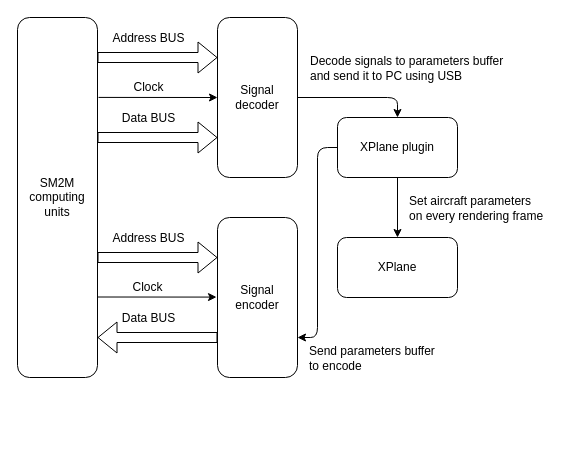
This is sm2xpl/design.drawio from artemkorobko/an26sim, a draw.io file, before an edit. Source tidied: cells renumbered, new cells numbered last; positions are measured from the earlier drawing's top-left corner, leaving out a move shared by most shapes. Both pictures are drawn from the tidied source at 100%, with x=0, y=0 at pixel (17, 17).
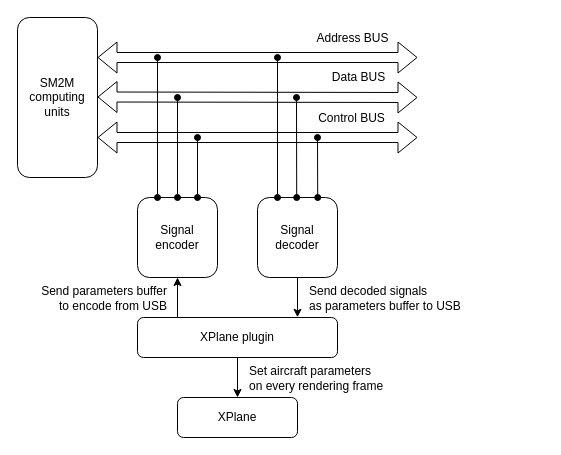
Above is the later version.

Commit message (it also covers changes not shown here):
Update architecture deesign

Unchanged cells that the change refers to:
```xml
<mxCell id="12" style="endArrow=classic;html=1;fontSize=12;exitX=0.5;exitY=1;exitDx=0;exitDy=0;entryX=0.5;entryY=0;entryDx=0;entryDy=0;labelBackgroundColor=none;" parent="1" edge="1" source="8" target="11">
  <mxGeometry relative="1" as="geometry" />
</mxCell>
```

Change to the diagram source:
```diff
@@
     <mxCell id="2" value="SM2M&lt;br&gt;computing&lt;br&gt;units" style="rounded=1;whiteSpace=wrap;html=1;labelBackgroundColor=none;" parent="1" vertex="1">
-      <mxGeometry width="80" height="360" as="geometry" />
+      <mxGeometry width="80" height="160" as="geometry" />
     </mxCell>
     <mxCell id="3" value="Signal decoder" style="rounded=1;whiteSpace=wrap;html=1;labelBackgroundColor=none;" parent="1" vertex="1">
-      <mxGeometry x="200" width="80" height="160" as="geometry" />
+      <mxGeometry x="240" y="180" width="80" height="80" as="geometry" />
     </mxCell>
-    <mxCell id="4" style="shape=flexArrow;endArrow=classic;html=1;labelBackgroundColor=none;" parent="1" edge="1">
+    <mxCell id="4" style="shape=flexArrow;endArrow=classic;html=1;labelBackgroundColor=none;startArrow=block;" parent="1" edge="1">
       <mxGeometry relative="1" as="geometry">
         <mxPoint x="80" y="40" as="sourcePoint" />
-        <mxPoint x="200" y="40" as="targetPoint" />
+        <mxPoint x="400" y="40" as="targetPoint" />
       </mxGeometry>
     </mxCell>
     <mxCell id="5" value="Address BUS" style="edgeLabel;html=1;align=center;verticalAlign=middle;fontSize=12;labelBackgroundColor=none;" parent="4" vertex="1">
       <mxGeometry x="-0.35" y="3" relative="1" as="geometry">
-        <mxPoint x="11" y="-17" as="offset" />
+        <mxPoint x="150" y="-17" as="offset" />
       </mxGeometry>
     </mxCell>
-    <mxCell id="6" style="shape=flexArrow;endArrow=classic;html=1;labelBackgroundColor=none;" parent="1" edge="1">
+    <mxCell id="6" style="shape=flexArrow;endArrow=classic;html=1;labelBackgroundColor=none;startArrow=block;" parent="1" edge="1">
       <mxGeometry relative="1" as="geometry">
         <mxPoint x="80" y="120" as="sourcePoint" />
-        <mxPoint x="200" y="120" as="targetPoint" />
+        <mxPoint x="400" y="120" as="targetPoint" />
       </mxGeometry>
     </mxCell>
-    <mxCell id="7" value="Data BUS" style="edgeLabel;html=1;align=center;verticalAlign=middle;fontSize=12;labelBackgroundColor=none;" parent="6" vertex="1">
+    <mxCell id="7" value="Control BUS" style="edgeLabel;html=1;align=center;verticalAlign=middle;fontSize=12;labelBackgroundColor=none;" parent="6" vertex="1">
       <mxGeometry x="-0.35" y="3" relative="1" as="geometry">
-        <mxPoint x="11" y="-17" as="offset" />
+        <mxPoint x="149" y="-17" as="offset" />
       </mxGeometry>
     </mxCell>
     <mxCell id="8" value="XPlane plugin" style="rounded=1;whiteSpace=wrap;html=1;fontSize=12;labelBackgroundColor=none;" parent="1" vertex="1">
-      <mxGeometry x="320" y="100" width="120" height="60" as="geometry" />
+      <mxGeometry x="120" y="300" width="200" height="40" as="geometry" />
     </mxCell>
-    <mxCell id="9" style="endArrow=classic;html=1;fontSize=12;exitX=1;exitY=0.5;exitDx=0;exitDy=0;entryX=0.5;entryY=0;entryDx=0;entryDy=0;labelBackgroundColor=none;" parent="1" edge="1" source="3" target="8">
-      <mxGeometry relative="1" as="geometry">
-        <Array as="points">
-          <mxPoint x="380" y="80" />
-        </Array>
-      </mxGeometry>
+    <mxCell id="9" style="endArrow=classic;html=1;fontSize=12;exitX=0.5;exitY=1;exitDx=0;exitDy=0;labelBackgroundColor=none;entryX=0.8;entryY=-0.006;entryDx=0;entryDy=0;entryPerimeter=0;" parent="1" edge="1" source="3" target="8">
+      <mxGeometry relative="1" as="geometry" />
     </mxCell>
-    <mxCell id="10" value="Decode signals to parameters buffer&lt;br&gt;and send it to PC using USB" style="edgeLabel;html=1;align=left;verticalAlign=middle;fontSize=12;labelBackgroundColor=none;" parent="9" vertex="1">
+    <mxCell id="10" value="Send decoded signals&lt;br&gt;as parameters buffer to USB" style="edgeLabel;html=1;align=left;verticalAlign=middle;fontSize=12;labelBackgroundColor=none;" parent="9" vertex="1">
       <mxGeometry x="-0.24" y="1" relative="1" as="geometry">
-        <mxPoint x="-35" y="-29" as="offset" />
+        <mxPoint x="9" y="5" as="offset" />
       </mxGeometry>
     </mxCell>
     <mxCell id="11" value="XPlane" style="rounded=1;whiteSpace=wrap;html=1;fontSize=12;labelBackgroundColor=none;" parent="1" vertex="1">
-      <mxGeometry x="320" y="220" width="120" height="60" as="geometry" />
+      <mxGeometry x="160" y="380" width="120" height="40" as="geometry" />
     </mxCell>
@@
     <mxCell id="13" value="Set aircraft parameters&lt;br&gt;on every rendering frame" style="edgeLabel;html=1;align=left;verticalAlign=middle;fontSize=12;labelBackgroundColor=none;" parent="12" vertex="1">
       <mxGeometry x="-0.13" relative="1" as="geometry">
-        <mxPoint x="10" y="4" as="offset" />
+        <mxPoint x="10" y="3" as="offset" />
       </mxGeometry>
     </mxCell>
     <mxCell id="14" value="Signal encoder" style="rounded=1;whiteSpace=wrap;html=1;labelBackgroundColor=none;" parent="1" vertex="1">
-      <mxGeometry x="200" y="200" width="80" height="160" as="geometry" />
+      <mxGeometry x="120" y="180" width="80" height="80" as="geometry" />
     </mxCell>
-    <mxCell id="15" style="shape=flexArrow;endArrow=classic;html=1;labelBackgroundColor=none;" parent="1" edge="1">
-      <mxGeometry relative="1" as="geometry">
-        <mxPoint x="80" y="240" as="sourcePoint" />
-        <mxPoint x="200" y="240" as="targetPoint" />
-      </mxGeometry>
-    </mxCell>
-    <mxCell id="16" value="Address BUS" style="edgeLabel;html=1;align=center;verticalAlign=middle;fontSize=12;labelBackgroundColor=none;" parent="15" vertex="1">
-      <mxGeometry x="-0.35" y="3" relative="1" as="geometry">
-        <mxPoint x="11" y="-17" as="offset" />
-      </mxGeometry>
-    </mxCell>
-    <mxCell id="17" style="shape=flexArrow;endArrow=none;html=1;startArrow=block;endFill=0;labelBackgroundColor=none;" parent="1" edge="1">
-      <mxGeometry relative="1" as="geometry">
-        <mxPoint x="80" y="320" as="sourcePoint" />
-        <mxPoint x="200" y="320" as="targetPoint" />
-      </mxGeometry>
-    </mxCell>
-    <mxCell id="18" value="Data BUS" style="edgeLabel;html=1;align=center;verticalAlign=middle;fontSize=12;labelBackgroundColor=none;" parent="17" vertex="1">
-      <mxGeometry x="-0.35" y="3" relative="1" as="geometry">
-        <mxPoint x="11" y="-17" as="offset" />
-      </mxGeometry>
-    </mxCell>
-    <mxCell id="19" style="endArrow=classic;html=1;fontSize=12;entryX=1;entryY=0.75;entryDx=0;entryDy=0;exitX=0;exitY=0.5;exitDx=0;exitDy=0;labelBackgroundColor=none;" parent="1" edge="1" source="8" target="14">
+    <mxCell id="19" style="endArrow=classic;html=1;fontSize=12;entryX=0.5;entryY=1;entryDx=0;entryDy=0;labelBackgroundColor=none;startArrow=none;startFill=0;" parent="1" edge="1" target="14">
       <mxGeometry relative="1" as="geometry">
-        <Array as="points">
-          <mxPoint x="300" y="130" />
-          <mxPoint x="300" y="320" />
-        </Array>
+        <mxPoint x="160" y="300" as="sourcePoint" />
       </mxGeometry>
     </mxCell>
-    <mxCell id="20" value="Send parameters buffer&lt;br&gt;to encode" style="edgeLabel;html=1;align=left;verticalAlign=middle;fontSize=12;labelBackgroundColor=none;" parent="19" vertex="1">
+    <mxCell id="20" value="Send parameters buffer&lt;br&gt;to encode from USB" style="edgeLabel;html=1;align=right;verticalAlign=middle;fontSize=12;labelBackgroundColor=none;" parent="19" vertex="1">
       <mxGeometry x="0.45" y="2" relative="1" as="geometry">
-        <mxPoint x="-12" y="63" as="offset" />
+        <mxPoint x="-8" y="9" as="offset" />
       </mxGeometry>
     </mxCell>
-    <mxCell id="21" style="endArrow=classic;html=1;fontSize=12;entryX=0;entryY=0.5;entryDx=0;entryDy=0;exitX=1.013;exitY=0.222;exitDx=0;exitDy=0;exitPerimeter=0;labelBackgroundColor=none;" parent="1" edge="1" source="2" target="3">
-      <mxGeometry relative="1" as="geometry" />
-    </mxCell>
-    <mxCell id="22" value="Clock" style="edgeLabel;html=1;align=center;verticalAlign=middle;fontSize=12;labelBackgroundColor=none;" parent="21" vertex="1">
-      <mxGeometry x="0.23" y="1" relative="1" as="geometry">
-        <mxPoint x="-24" y="-9" as="offset" />
-      </mxGeometry>
-    </mxCell>
-    <mxCell id="23" style="endArrow=classic;html=1;fontSize=12;entryX=0;entryY=0.5;entryDx=0;entryDy=0;exitX=1.013;exitY=0.222;exitDx=0;exitDy=0;exitPerimeter=0;labelBackgroundColor=none;" parent="1" edge="1">
-      <mxGeometry relative="1" as="geometry">
-        <mxPoint x="80" y="279.5" as="sourcePoint" />
-        <mxPoint x="199" y="279.6" as="targetPoint" />
-      </mxGeometry>
-    </mxCell>
-    <mxCell id="24" value="Clock" style="edgeLabel;html=1;align=center;verticalAlign=middle;fontSize=12;labelBackgroundColor=none;" parent="23" vertex="1">
-      <mxGeometry x="0.23" y="1" relative="1" as="geometry">
-        <mxPoint x="-24" y="-9" as="offset" />
-      </mxGeometry>
-    </mxCell>
+    <mxCell id="25" style="shape=flexArrow;endArrow=classic;html=1;labelBackgroundColor=none;startArrow=block;" parent="1" edge="1">
+      <mxGeometry relative="1" as="geometry">
+        <mxPoint x="80" y="79.5" as="sourcePoint" />
+        <mxPoint x="400" y="80" as="targetPoint" />
+      </mxGeometry>
+    </mxCell>
+    <mxCell id="18" value="Data BUS" style="edgeLabel;html=1;align=center;verticalAlign=middle;fontSize=12;labelBackgroundColor=none;" parent="25" vertex="1">
+      <mxGeometry x="-0.35" y="3" relative="1" as="geometry">
+        <mxPoint x="156" y="-17" as="offset" />
+      </mxGeometry>
+    </mxCell>
+    <mxCell id="26" style="endArrow=oval;html=1;labelBackgroundColor=none;fontSize=12;startArrow=oval;startFill=1;entryX=0.25;entryY=0;entryDx=0;entryDy=0;endFill=1;" parent="1" edge="1" target="14">
+      <mxGeometry relative="1" as="geometry">
+        <mxPoint x="140" y="40" as="sourcePoint" />
+      </mxGeometry>
+    </mxCell>
+    <mxCell id="27" style="endArrow=oval;html=1;labelBackgroundColor=none;fontSize=12;startArrow=oval;startFill=1;entryX=0.5;entryY=0;entryDx=0;entryDy=0;endFill=1;" parent="1" edge="1" target="14">
+      <mxGeometry relative="1" as="geometry">
+        <mxPoint x="160" y="80" as="sourcePoint" />
+      </mxGeometry>
+    </mxCell>
+    <mxCell id="28" style="endArrow=oval;html=1;labelBackgroundColor=none;fontSize=12;startArrow=oval;startFill=1;entryX=0.75;entryY=0;entryDx=0;entryDy=0;endFill=1;" parent="1" edge="1" target="14">
+      <mxGeometry relative="1" as="geometry">
+        <mxPoint x="180" y="120" as="sourcePoint" />
+      </mxGeometry>
+    </mxCell>
+    <mxCell id="29" style="endArrow=oval;html=1;labelBackgroundColor=none;fontSize=12;startArrow=oval;startFill=1;entryX=0.25;entryY=0;entryDx=0;entryDy=0;endFill=1;" parent="1" edge="1" target="3">
+      <mxGeometry relative="1" as="geometry">
+        <mxPoint x="260" y="40" as="sourcePoint" />
+      </mxGeometry>
+    </mxCell>
+    <mxCell id="30" style="endArrow=oval;html=1;labelBackgroundColor=none;fontSize=12;startArrow=oval;startFill=1;entryX=0.25;entryY=0;entryDx=0;entryDy=0;endFill=1;" parent="1" edge="1">
+      <mxGeometry relative="1" as="geometry">
+        <mxPoint x="279" y="80" as="sourcePoint" />
+        <mxPoint x="279.2" y="180" as="targetPoint" />
+      </mxGeometry>
+    </mxCell>
+    <mxCell id="31" style="endArrow=oval;html=1;labelBackgroundColor=none;fontSize=12;startArrow=oval;startFill=1;entryX=0.25;entryY=0;entryDx=0;entryDy=0;endFill=1;" parent="1" edge="1">
+      <mxGeometry relative="1" as="geometry">
+        <mxPoint x="300" y="120" as="sourcePoint" />
+        <mxPoint x="300.2" y="180" as="targetPoint" />
+      </mxGeometry>
+    </mxCell>
```
